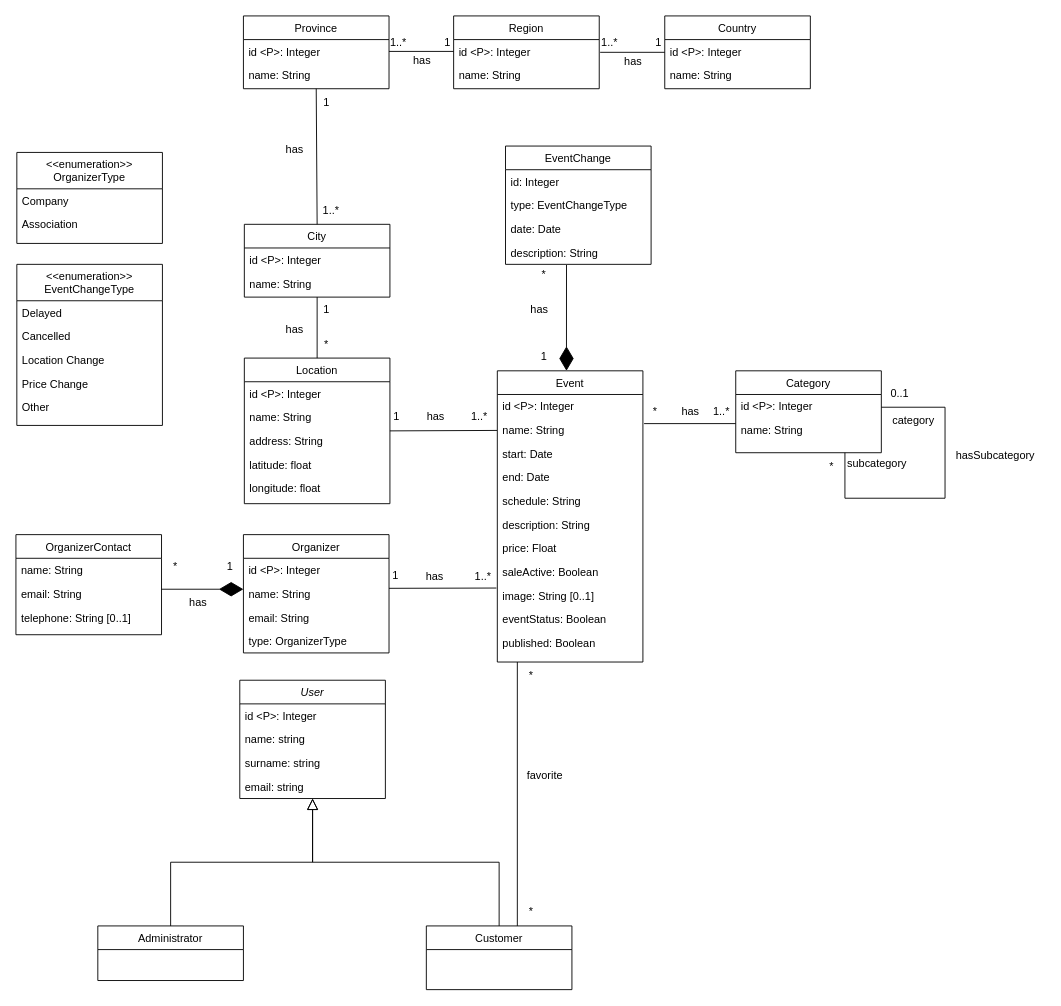
danielpilot/event-database keeps this draw.io diagram as conceptual-diagram.drawio. Above is the earlier version. Source tidied: cells renumbered, new cells numbered last; positions are measured from the earlier drawing's top-left corner, leaving out a move shared by most shapes. Both pictures are drawn from the tidied source at 91%, with x=0, y=0 at pixel (15, 15).
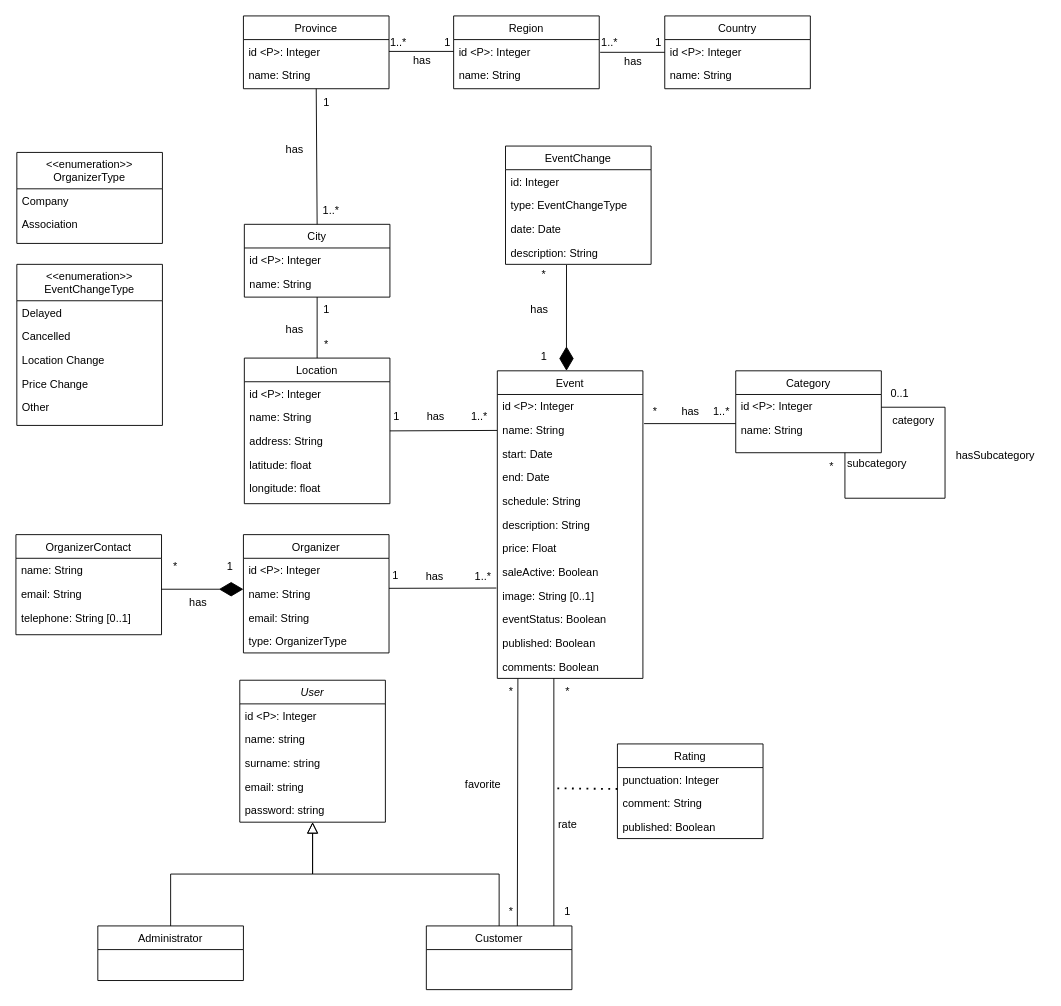
Above is the later version.

Change to the diagram source:
```diff
@@
     <mxCell id="2" value="User" style="swimlane;fontStyle=2;align=center;verticalAlign=top;horizontal=1;startSize=26;rounded=0;shadow=0;strokeWidth=1;" parent="1" vertex="1">
-      <mxGeometry x="246" y="730" width="160" height="130" as="geometry" />
+      <mxGeometry x="246" y="730" width="160" height="156" as="geometry" />
     </mxCell>
@@
+    <mxCell id="116" value="password: string" style="text;align=left;verticalAlign=top;spacingLeft=4;spacingRight=4;overflow=hidden;rounded=0;shadow=0;html=0;" parent="2" vertex="1">
+      <mxGeometry y="130" width="160" height="26" as="geometry" />
+    </mxCell>
@@
     <mxCell id="11" value="Event" style="swimlane;fontStyle=0;align=center;verticalAlign=top;horizontal=1;startSize=26;rounded=0;shadow=0;strokeWidth=1;" parent="1" vertex="1">
-      <mxGeometry x="529" y="390" width="160" height="320" as="geometry" />
+      <mxGeometry x="529" y="390" width="160" height="338" as="geometry" />
     </mxCell>
@@
+    <mxCell id="117" value="comments: Boolean" style="text;align=left;verticalAlign=top;spacingLeft=4;spacingRight=4;overflow=hidden;rounded=0;shadow=0;html=0;" parent="11" vertex="1">
+      <mxGeometry y="312" width="160" height="26" as="geometry" />
+    </mxCell>
@@
-    <mxCell id="112" style="endArrow=none;html=1;rounded=0;" parent="1" edge="1">
+    <mxCell id="112" style="endArrow=none;html=1;rounded=0;entryX=0.754;entryY=0.007;entryDx=0;entryDy=0;entryPerimeter=0;" parent="1" edge="1" target="113">
       <mxGeometry relative="1" as="geometry">
         <mxPoint x="551" y="1000" as="sourcePoint" />
-        <mxPoint x="551" y="710" as="targetPoint" />
       </mxGeometry>
     </mxCell>
     <mxCell id="113" value="*" style="text;html=1;align=center;verticalAlign=middle;points=[];strokeColor=none;fillColor=none;" parent="1" vertex="1">
-      <mxGeometry x="551" y="710" width="30" height="30" as="geometry" />
+      <mxGeometry x="529" y="728" width="30" height="30" as="geometry" />
     </mxCell>
     <mxCell id="114" value="*" style="text;html=1;align=center;verticalAlign=middle;strokeColor=none;fillColor=none;" parent="1" vertex="1">
-      <mxGeometry x="551" y="970" width="30" height="30" as="geometry" />
+      <mxGeometry x="529" y="970" width="30" height="30" as="geometry" />
     </mxCell>
     <mxCell id="115" value="favorite" style="text;html=1;align=center;verticalAlign=middle;strokeColor=none;fillColor=none;" parent="1" vertex="1">
-      <mxGeometry x="551" y="820" width="60" height="30" as="geometry" />
+      <mxGeometry x="483" y="830" width="60" height="30" as="geometry" />
     </mxCell>
+    <mxCell id="118" style="endArrow=none;html=1;rounded=0;entryX=0.004;entryY=-0.001;entryDx=0;entryDy=0;entryPerimeter=0;exitX=0.004;exitY=0.999;exitDx=0;exitDy=0;exitPerimeter=0;" parent="1" edge="1" source="120" target="119">
+      <mxGeometry relative="1" as="geometry" />
+    </mxCell>
+    <mxCell id="119" value="*" style="text;html=1;align=center;verticalAlign=middle;points=[];strokeColor=none;fillColor=none;" parent="1" vertex="1">
+      <mxGeometry x="591" y="728" width="30" height="30" as="geometry" />
+    </mxCell>
+    <mxCell id="120" value="1" style="text;html=1;align=center;verticalAlign=middle;points=[];strokeColor=none;fillColor=none;" parent="1" vertex="1">
+      <mxGeometry x="591" y="970" width="30" height="30" as="geometry" />
+    </mxCell>
+    <mxCell id="121" value="Rating" style="swimlane;fontStyle=0;align=center;verticalAlign=top;horizontal=1;startSize=26;rounded=0;shadow=0;strokeWidth=1;" parent="1" vertex="1">
+      <mxGeometry x="661" y="800" width="160" height="104" as="geometry" />
+    </mxCell>
+    <mxCell id="122" value="punctuation: Integer" style="text;align=left;verticalAlign=top;spacingLeft=4;spacingRight=4;overflow=hidden;points=[[0,0.5],[1,0.5]];portConstraint=eastwest;rounded=0;shadow=0;html=0;" parent="121" vertex="1">
+      <mxGeometry y="26" width="160" height="26" as="geometry" />
+    </mxCell>
+    <mxCell id="123" value="comment: String" style="text;align=left;verticalAlign=top;spacingLeft=4;spacingRight=4;overflow=hidden;rounded=0;shadow=0;html=0;" parent="121" vertex="1">
+      <mxGeometry y="52" width="160" height="26" as="geometry" />
+    </mxCell>
+    <mxCell id="124" value="published: Boolean" style="text;align=left;verticalAlign=top;spacingLeft=4;spacingRight=4;overflow=hidden;rounded=0;shadow=0;html=0;" parent="121" vertex="1">
+      <mxGeometry y="78" width="160" height="26" as="geometry" />
+    </mxCell>
+    <mxCell id="125" style="endArrow=none;dashed=1;html=1;dashPattern=1 3;strokeWidth=2;rounded=0;entryX=0;entryY=0.904;entryDx=0;entryDy=0;entryPerimeter=0;" parent="1" edge="1" target="122">
+      <mxGeometry relative="1" as="geometry">
+        <mxPoint x="595" y="848.8" as="sourcePoint" />
+      </mxGeometry>
+    </mxCell>
+    <mxCell id="126" value="rate" style="text;html=1;align=center;verticalAlign=middle;strokeColor=none;fillColor=none;" parent="1" vertex="1">
+      <mxGeometry x="586" y="874" width="40" height="30" as="geometry" />
+    </mxCell>
```
